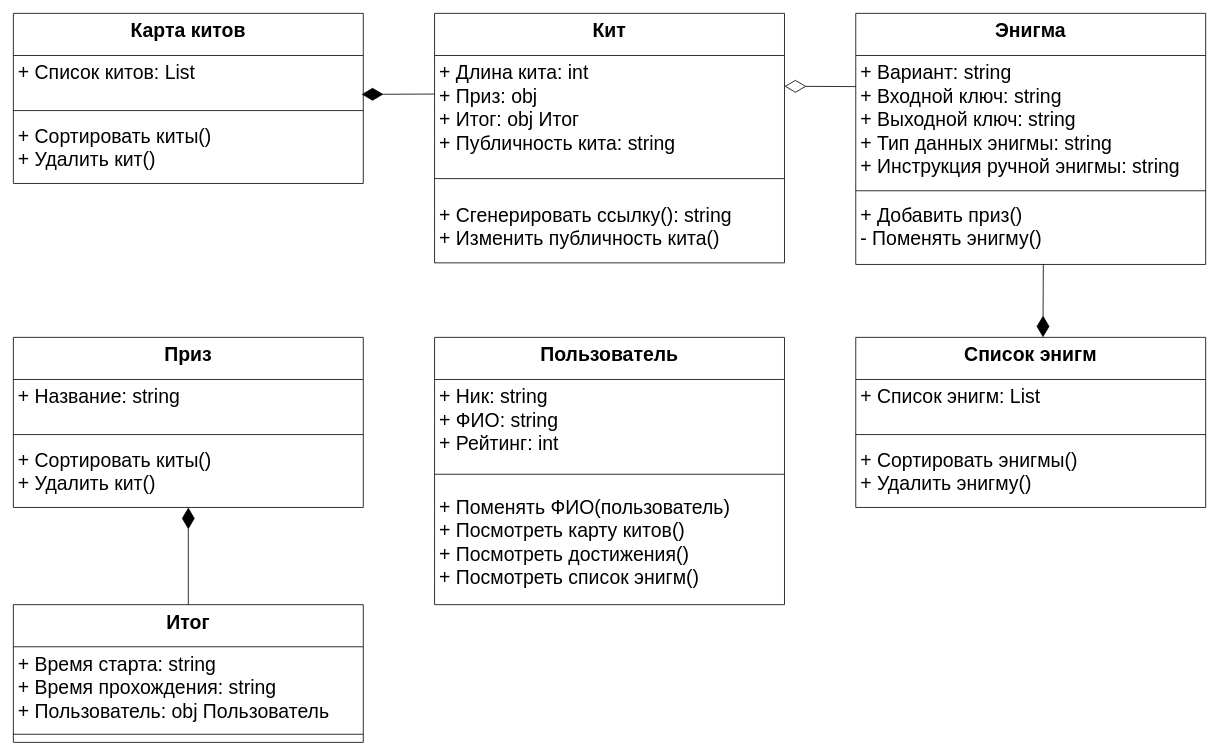
Above: Drawio/ClassDiag.drawio in flamebrier/enigma-kit (draw.io), before the change. Source tidied: cells renumbered, new cells numbered last; positions are measured from the earlier drawing's top-left corner, leaving out a move shared by most shapes. Both pictures are drawn from the tidied source at 81%, with x=0, y=0 at pixel (13, 13).
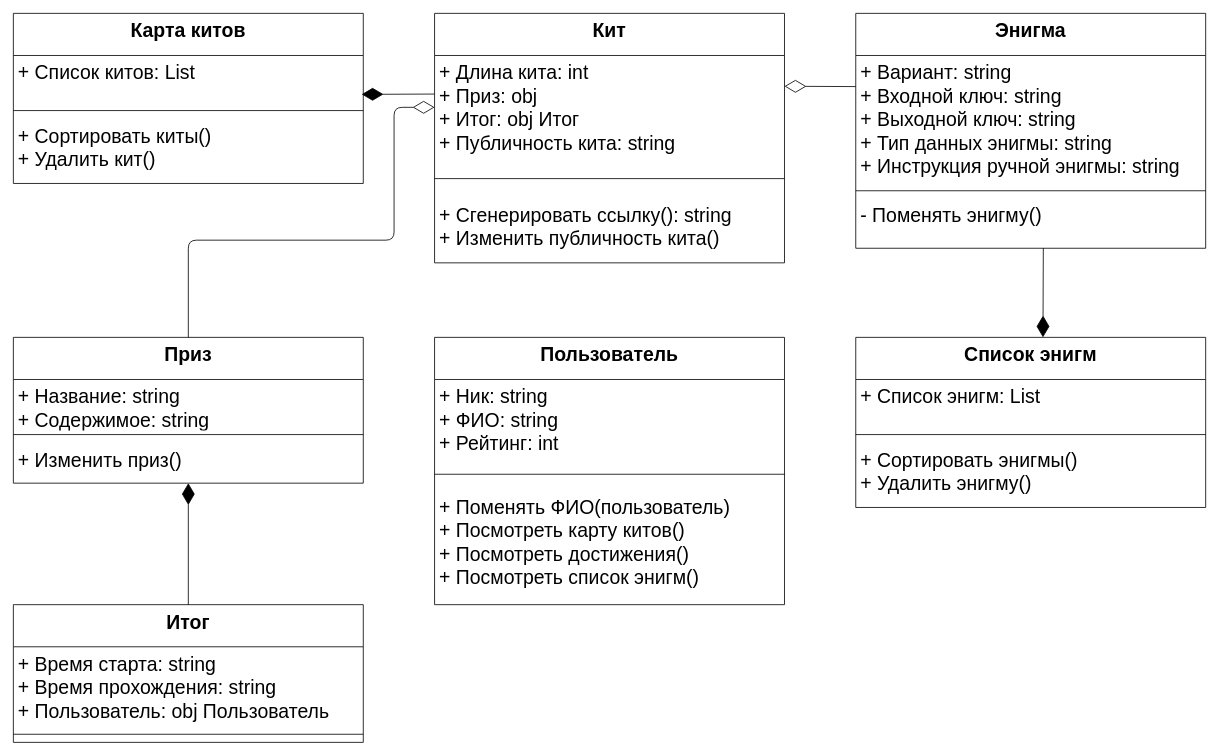
The same diagram, later.

Commit message:
Change ClassDiag, class Gift

Unchanged cells that the change refers to:
```xml
<mxCell id="3" value="+ Длина кита: int&#10;+ Приз: obj&#10;+ Итог: obj Итог&#10;+ Публичность кита: string&#10;" style="text;strokeColor=none;fillColor=none;align=left;verticalAlign=top;spacingLeft=4;spacingRight=4;overflow=hidden;points=[[0,0.5],[1,0.5]];portConstraint=eastwest;fontSize=24;" parent="2" vertex="1">
  <mxGeometry y="52" width="432" height="128" as="geometry" />
</mxCell>
```

What changed in the source:
```diff
@@
     <mxCell id="6" value="Энигма" style="swimlane;fontStyle=1;align=center;verticalAlign=top;horizontal=1;startSize=52;strokeWidth=1;fontSize=24;" parent="1" vertex="1">
-      <mxGeometry x="1040" width="432" height="310" as="geometry" />
+      <mxGeometry x="1040" width="432" height="290" as="geometry" />
     </mxCell>
@@
-    <mxCell id="9" value="+ Добавить приз()&#10;- Поменять энигму()&#10;" style="text;strokeColor=none;fillColor=none;align=left;verticalAlign=top;spacingLeft=4;spacingRight=4;overflow=hidden;points=[[0,0.5],[1,0.5]];portConstraint=eastwest;fontSize=24;" parent="6" vertex="1">
-      <mxGeometry y="228" width="432" height="82" as="geometry" />
+    <mxCell id="9" value="- Поменять энигму()&#10;" style="text;strokeColor=none;fillColor=none;align=left;verticalAlign=top;spacingLeft=4;spacingRight=4;overflow=hidden;points=[[0,0.5],[1,0.5]];portConstraint=eastwest;fontSize=24;" parent="6" vertex="1">
+      <mxGeometry y="228" width="432" height="62" as="geometry" />
     </mxCell>
@@
     <mxCell id="18" value="Приз" style="swimlane;fontStyle=1;align=center;verticalAlign=top;horizontal=1;startSize=52;strokeWidth=1;fontSize=24;" parent="1" vertex="1">
-      <mxGeometry y="400" width="432" height="210" as="geometry" />
+      <mxGeometry y="400" width="432" height="180" as="geometry" />
     </mxCell>
-    <mxCell id="19" value="+ Название: string" style="text;strokeColor=none;fillColor=none;align=left;verticalAlign=top;spacingLeft=4;spacingRight=4;overflow=hidden;fontSize=24;" parent="18" vertex="1">
+    <mxCell id="19" value="+ Название: string&#10;+ Содержимое: string &#10;" style="text;strokeColor=none;fillColor=none;align=left;verticalAlign=top;spacingLeft=4;spacingRight=4;overflow=hidden;fontSize=24;" parent="18" vertex="1">
       <mxGeometry y="52" width="432" height="58" as="geometry" />
     </mxCell>
@@
-    <mxCell id="21" value="+ Сортировать киты()&#10;+ Удалить кит()" style="text;strokeColor=none;fillColor=none;align=left;verticalAlign=top;spacingLeft=4;spacingRight=4;overflow=hidden;fontSize=24;" parent="18" vertex="1">
-      <mxGeometry y="130" width="432" height="80" as="geometry" />
+    <mxCell id="21" value="+ Изменить приз()" style="text;strokeColor=none;fillColor=none;align=left;verticalAlign=top;spacingLeft=4;spacingRight=4;overflow=hidden;fontSize=24;" parent="18" vertex="1">
+      <mxGeometry y="130" width="432" height="50" as="geometry" />
     </mxCell>
@@
+    <mxCell id="33" style="endArrow=none;html=1;entryX=0.5;entryY=0;entryDx=0;entryDy=0;exitX=0;exitY=0.5;exitDx=0;exitDy=0;edgeStyle=orthogonalEdgeStyle;endFill=0;strokeWidth=1;startArrow=diamondThin;startFill=0;endSize=7;startSize=24;" parent="1" edge="1" source="3" target="18">
+      <mxGeometry relative="1" as="geometry">
+        <Array as="points">
+          <mxPoint x="470" y="116" />
+          <mxPoint x="470" y="280" />
+          <mxPoint x="216" y="280" />
+        </Array>
+      </mxGeometry>
+    </mxCell>
```
